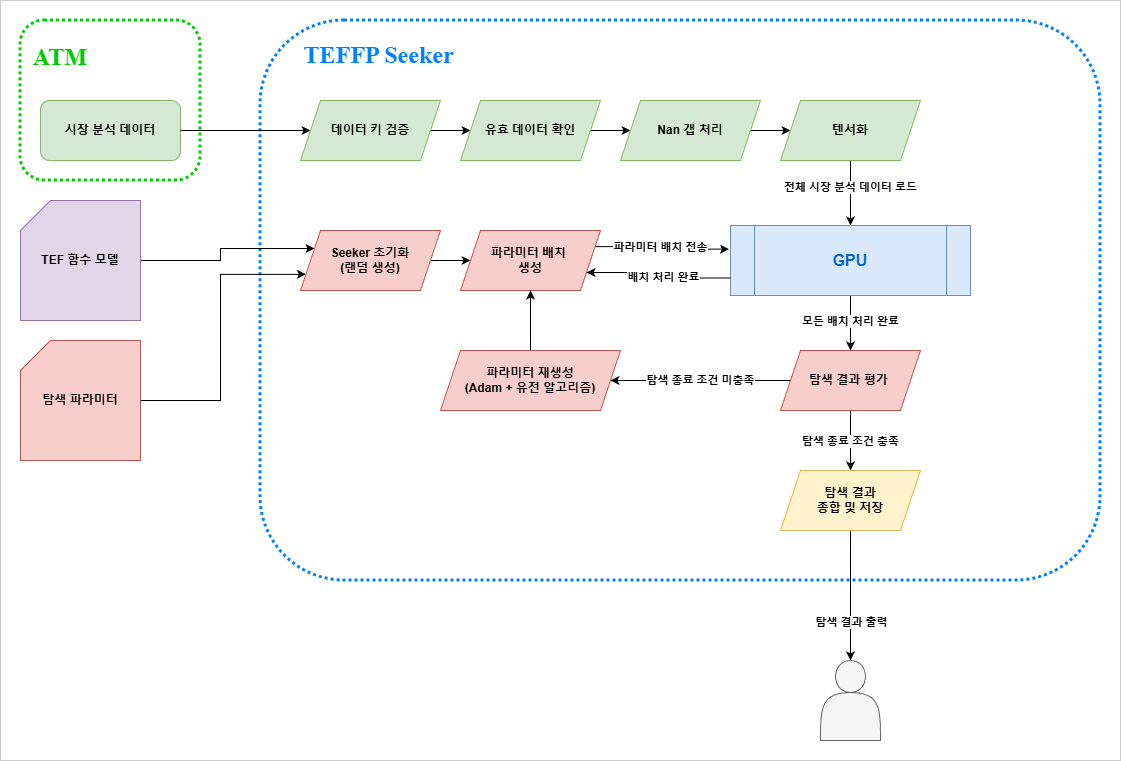
This is docs/teffpseeker_diagram_systemArchitecture.drawio.png from kimlvis31/TEFFPSeeker, a draw.io export, as it was before one commit. Source tidied: cells renumbered, new cells last; positions are measured from the earlier drawing's top-left corner, leaving out a move shared by most shapes.
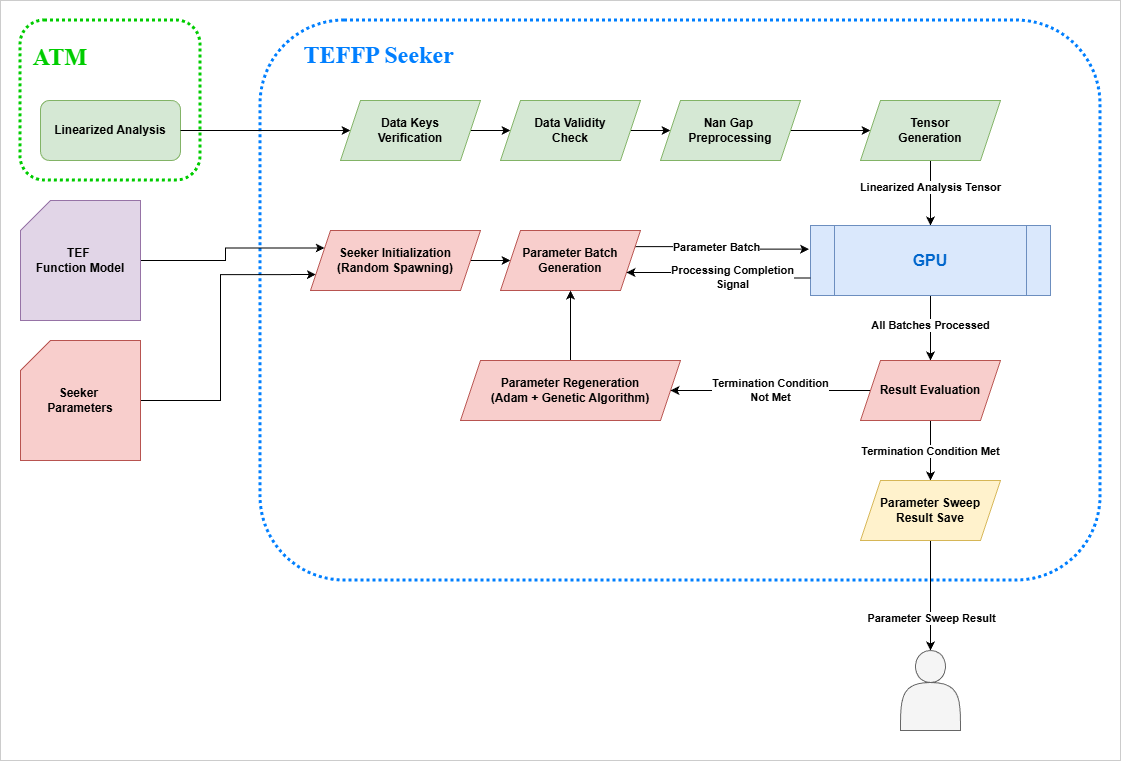
After the commit.

Diff of the diagram source:
```diff
@@ -2,19 +2,22 @@
   <root>
     <mxCell id="0" />
     <mxCell id="1" parent="0" />
+    <mxCell id="40" style="rounded=0;whiteSpace=wrap;html=1;fillColor=none;strokeColor=#CCCCCC;" parent="1" vertex="1">
+      <mxGeometry width="1120" height="760" as="geometry" />
+    </mxCell>
     <mxCell id="2" value="&lt;div style=&quot;&quot;&gt;&lt;b style=&quot;color: rgb(0, 127, 255); font-size: 24px; font-family: &amp;quot;Times New Roman&amp;quot;; background-color: transparent;&quot;&gt;&amp;nbsp; &amp;nbsp; &amp;nbsp; &amp;nbsp;TEFFP Seeker&lt;/b&gt;&lt;/div&gt;&lt;div style=&quot;&quot;&gt;&lt;b style=&quot;color: rgb(0, 127, 255); font-size: 24px; font-family: &amp;quot;Times New Roman&amp;quot;; background-color: transparent;&quot;&gt;&lt;br&gt;&lt;/b&gt;&lt;/div&gt;&lt;div&gt;&lt;br&gt;&lt;/div&gt;&lt;div&gt;&lt;font style=&quot;color: rgb(0, 0, 0); font-size: 20px;&quot; face=&quot;Times New Roman&quot;&gt;&lt;b style=&quot;&quot;&gt;&lt;br&gt;&lt;/b&gt;&lt;/font&gt;&lt;/div&gt;&lt;div&gt;&lt;font style=&quot;color: rgb(0, 0, 0); font-size: 20px;&quot; face=&quot;Times New Roman&quot;&gt;&lt;b style=&quot;&quot;&gt;&lt;br&gt;&lt;/b&gt;&lt;/font&gt;&lt;/div&gt;&lt;div&gt;&lt;font style=&quot;color: rgb(0, 0, 0); font-size: 20px;&quot; face=&quot;Times New Roman&quot;&gt;&lt;b style=&quot;&quot;&gt;&lt;br&gt;&lt;/b&gt;&lt;/font&gt;&lt;/div&gt;&lt;div&gt;&lt;font style=&quot;color: rgb(0, 0, 0); font-size: 20px;&quot; face=&quot;Times New Roman&quot;&gt;&lt;b style=&quot;&quot;&gt;&lt;br&gt;&lt;/b&gt;&lt;/font&gt;&lt;/div&gt;&lt;div&gt;&lt;font style=&quot;color: rgb(0, 0, 0); font-size: 20px;&quot; face=&quot;Times New Roman&quot;&gt;&lt;b style=&quot;&quot;&gt;&lt;br&gt;&lt;/b&gt;&lt;/font&gt;&lt;/div&gt;&lt;div&gt;&lt;br&gt;&lt;/div&gt;&lt;div&gt;&lt;font style=&quot;color: rgb(0, 0, 0); font-size: 20px;&quot; face=&quot;Times New Roman&quot;&gt;&lt;b style=&quot;&quot;&gt;&lt;br&gt;&lt;/b&gt;&lt;/font&gt;&lt;/div&gt;&lt;div&gt;&lt;font style=&quot;color: rgb(0, 0, 0); font-size: 20px;&quot; face=&quot;Times New Roman&quot;&gt;&lt;b style=&quot;&quot;&gt;&lt;br&gt;&lt;/b&gt;&lt;/font&gt;&lt;/div&gt;&lt;div&gt;&lt;font style=&quot;color: rgb(0, 0, 0); font-size: 20px;&quot; face=&quot;Times New Roman&quot;&gt;&lt;b style=&quot;&quot;&gt;&lt;br&gt;&lt;/b&gt;&lt;/font&gt;&lt;/div&gt;&lt;div&gt;&lt;font style=&quot;color: rgb(0, 0, 0); font-size: 20px;&quot; face=&quot;Times New Roman&quot;&gt;&lt;b style=&quot;&quot;&gt;&lt;br&gt;&lt;/b&gt;&lt;/font&gt;&lt;/div&gt;&lt;div&gt;&lt;font style=&quot;color: rgb(0, 0, 0); font-size: 20px;&quot; face=&quot;Times New Roman&quot;&gt;&lt;b style=&quot;&quot;&gt;&lt;br&gt;&lt;/b&gt;&lt;/font&gt;&lt;/div&gt;&lt;div&gt;&lt;font style=&quot;color: rgb(0, 0, 0); font-size: 20px;&quot; face=&quot;Times New Roman&quot;&gt;&lt;b style=&quot;&quot;&gt;&lt;br&gt;&lt;/b&gt;&lt;/font&gt;&lt;/div&gt;&lt;div&gt;&lt;font style=&quot;color: rgb(0, 0, 0); font-size: 20px;&quot; face=&quot;Times New Roman&quot;&gt;&lt;b style=&quot;&quot;&gt;&lt;br&gt;&lt;/b&gt;&lt;/font&gt;&lt;/div&gt;&lt;div&gt;&lt;font style=&quot;color: rgb(0, 0, 0); font-size: 20px;&quot; face=&quot;Times New Roman&quot;&gt;&lt;b style=&quot;&quot;&gt;&lt;br&gt;&lt;/b&gt;&lt;/font&gt;&lt;/div&gt;&lt;div&gt;&lt;font style=&quot;color: rgb(0, 0, 0); font-size: 20px;&quot; face=&quot;Times New Roman&quot;&gt;&lt;b style=&quot;&quot;&gt;&lt;br&gt;&lt;/b&gt;&lt;/font&gt;&lt;/div&gt;&lt;div&gt;&lt;font style=&quot;color: rgb(0, 0, 0); font-size: 20px;&quot; face=&quot;Times New Roman&quot;&gt;&lt;b style=&quot;&quot;&gt;&lt;br&gt;&lt;/b&gt;&lt;/font&gt;&lt;/div&gt;&lt;div&gt;&lt;font style=&quot;color: rgb(0, 0, 0); font-size: 20px;&quot; face=&quot;Times New Roman&quot;&gt;&lt;b style=&quot;&quot;&gt;&lt;br&gt;&lt;/b&gt;&lt;/font&gt;&lt;/div&gt;&lt;div&gt;&lt;font style=&quot;color: rgb(0, 0, 0); font-size: 20px;&quot; face=&quot;Times New Roman&quot;&gt;&lt;b style=&quot;&quot;&gt;&lt;br&gt;&lt;/b&gt;&lt;/font&gt;&lt;/div&gt;&lt;div&gt;&lt;font style=&quot;color: rgb(0, 0, 0); font-size: 20px;&quot; face=&quot;Times New Roman&quot;&gt;&lt;b style=&quot;&quot;&gt;&lt;br&gt;&lt;/b&gt;&lt;/font&gt;&lt;/div&gt;" style="rounded=1;whiteSpace=wrap;html=1;fillColor=none;strokeColor=#007FFF;strokeWidth=3;dashed=1;dashPattern=1 1;align=left;" parent="1" vertex="1">
       <mxGeometry x="260" y="20" width="840" height="560" as="geometry" />
     </mxCell>
     <mxCell id="3" value="&lt;div style=&quot;&quot;&gt;&lt;b style=&quot;color: rgb(0, 127, 255); font-size: 24px; font-family: &amp;quot;Times New Roman&amp;quot;; background-color: transparent;&quot;&gt;&amp;nbsp; &lt;/b&gt;&lt;b style=&quot;font-size: 24px; font-family: &amp;quot;Times New Roman&amp;quot;; background-color: transparent; color: rgb(0, 127, 255);&quot;&gt;&lt;font style=&quot;color: rgb(0, 204, 0);&quot;&gt;ATM&lt;/font&gt;&lt;/b&gt;&lt;/div&gt;&lt;div&gt;&lt;br&gt;&lt;/div&gt;&lt;div&gt;&lt;font style=&quot;color: rgb(0, 0, 0); font-size: 20px;&quot; face=&quot;Times New Roman&quot;&gt;&lt;b style=&quot;&quot;&gt;&lt;br&gt;&lt;/b&gt;&lt;/font&gt;&lt;/div&gt;&lt;div&gt;&lt;font style=&quot;color: rgb(0, 0, 0); font-size: 20px;&quot; face=&quot;Times New Roman&quot;&gt;&lt;b style=&quot;&quot;&gt;&lt;br&gt;&lt;/b&gt;&lt;/font&gt;&lt;/div&gt;&lt;div&gt;&lt;font style=&quot;color: rgb(0, 0, 0); font-size: 20px;&quot; face=&quot;Times New Roman&quot;&gt;&lt;b style=&quot;&quot;&gt;&lt;br&gt;&lt;/b&gt;&lt;/font&gt;&lt;/div&gt;" style="rounded=1;whiteSpace=wrap;html=1;fillColor=none;strokeColor=#00CC00;strokeWidth=3;dashed=1;dashPattern=1 1;align=left;" parent="1" vertex="1">
       <mxGeometry x="20" y="20" width="180" height="160" as="geometry" />
     </mxCell>
-    <mxCell id="4" value="&lt;b&gt;시장 분석 데이터&lt;/b&gt;" style="rounded=1;whiteSpace=wrap;html=1;fillColor=#d5e8d4;strokeColor=#82b366;" parent="1" vertex="1">
+    <mxCell id="4" value="&lt;b&gt;Linearized Analysis&lt;/b&gt;" style="rounded=1;whiteSpace=wrap;html=1;fillColor=#d5e8d4;strokeColor=#82b366;" parent="1" vertex="1">
       <mxGeometry x="40" y="100" width="140" height="60" as="geometry" />
     </mxCell>
     <mxCell id="5" style="edgeStyle=orthogonalEdgeStyle;rounded=0;jettySize=auto;html=1;exitX=1;exitY=0.5;exitDx=0;exitDy=0;exitPerimeter=0;entryX=0;entryY=0.25;entryDx=0;entryDy=0;" parent="1" edge="1" source="6" target="23">
       <mxGeometry relative="1" as="geometry" />
     </mxCell>
-    <mxCell id="6" value="&lt;b&gt;TEF 함수 모델&lt;/b&gt;" style="shape=card;whiteSpace=wrap;html=1;fillColor=#e1d5e7;strokeColor=#9673a6;" parent="1" vertex="1">
+    <mxCell id="6" value="&lt;b&gt;TEF&amp;nbsp;&lt;/b&gt;&lt;div&gt;&lt;b&gt;Function Model&lt;/b&gt;&lt;/div&gt;" style="shape=card;whiteSpace=wrap;html=1;fillColor=#e1d5e7;strokeColor=#9673a6;" parent="1" vertex="1">
       <mxGeometry x="20" y="200" width="120" height="120" as="geometry" />
     </mxCell>
     <mxCell id="7" style="edgeStyle=orthogonalEdgeStyle;rounded=0;jettySize=auto;html=1;exitX=1;exitY=0.5;exitDx=0;exitDy=0;exitPerimeter=0;entryX=0;entryY=0.75;entryDx=0;entryDy=0;" parent="1" edge="1" source="8" target="23">
@@ -25,7 +28,7 @@
         </Array>
       </mxGeometry>
     </mxCell>
-    <mxCell id="8" value="&lt;b&gt;탐색 파라미터&lt;/b&gt;" style="shape=card;whiteSpace=wrap;html=1;fillColor=#f8cecc;strokeColor=#b85450;" parent="1" vertex="1">
+    <mxCell id="8" value="&lt;b&gt;Seeker&amp;nbsp;&lt;/b&gt;&lt;div&gt;&lt;b&gt;Parameters&lt;/b&gt;&lt;/div&gt;" style="shape=card;whiteSpace=wrap;html=1;fillColor=#f8cecc;strokeColor=#b85450;" parent="1" vertex="1">
       <mxGeometry x="20" y="340" width="120" height="120" as="geometry" />
     </mxCell>
     <mxCell id="9" style="endArrow=classic;html=1;rounded=0;exitX=1;exitY=0.5;exitDx=0;exitDy=0;entryX=0;entryY=0.5;entryDx=0;entryDy=0;" parent="1" edge="1" source="4" target="11">
@@ -34,62 +37,62 @@
     <mxCell id="10" style="edgeStyle=orthogonalEdgeStyle;rounded=0;jettySize=auto;html=1;exitX=1;exitY=0.5;exitDx=0;exitDy=0;entryX=0;entryY=0.5;entryDx=0;entryDy=0;" parent="1" edge="1" source="11" target="13">
       <mxGeometry relative="1" as="geometry" />
     </mxCell>
-    <mxCell id="11" value="데이터 키 검증" style="shape=parallelogram;perimeter=parallelogramPerimeter;whiteSpace=wrap;html=1;fixedSize=1;fillColor=#d5e8d4;strokeColor=#82b366;fontStyle=1;" parent="1" vertex="1">
-      <mxGeometry x="300" y="100" width="140" height="60" as="geometry" />
+    <mxCell id="11" value="Data Keys&lt;div&gt;Verification&lt;/div&gt;" style="shape=parallelogram;perimeter=parallelogramPerimeter;whiteSpace=wrap;html=1;fixedSize=1;fillColor=#d5e8d4;strokeColor=#82b366;fontStyle=1;" parent="1" vertex="1">
+      <mxGeometry x="340" y="100" width="140" height="60" as="geometry" />
     </mxCell>
     <mxCell id="12" style="edgeStyle=orthogonalEdgeStyle;rounded=0;jettySize=auto;html=1;exitX=1;exitY=0.5;exitDx=0;exitDy=0;entryX=0;entryY=0.5;entryDx=0;entryDy=0;" parent="1" edge="1" source="13" target="15">
       <mxGeometry relative="1" as="geometry" />
     </mxCell>
-    <mxCell id="13" value="유효 데이터 확인" style="shape=parallelogram;perimeter=parallelogramPerimeter;whiteSpace=wrap;html=1;fixedSize=1;fillColor=#d5e8d4;strokeColor=#82b366;fontStyle=1;" parent="1" vertex="1">
-      <mxGeometry x="460" y="100" width="140" height="60" as="geometry" />
+    <mxCell id="13" value="Data Validity&lt;div&gt;Check&lt;/div&gt;" style="shape=parallelogram;perimeter=parallelogramPerimeter;whiteSpace=wrap;html=1;fixedSize=1;fillColor=#d5e8d4;strokeColor=#82b366;fontStyle=1;" parent="1" vertex="1">
+      <mxGeometry x="500" y="100" width="140" height="60" as="geometry" />
     </mxCell>
     <mxCell id="14" style="edgeStyle=orthogonalEdgeStyle;rounded=0;jettySize=auto;html=1;exitX=1;exitY=0.5;exitDx=0;exitDy=0;entryX=0;entryY=0.5;entryDx=0;entryDy=0;" parent="1" edge="1" source="15" target="18">
       <mxGeometry relative="1" as="geometry" />
     </mxCell>
-    <mxCell id="15" value="Nan 갭 처리" style="shape=parallelogram;perimeter=parallelogramPerimeter;whiteSpace=wrap;html=1;fixedSize=1;fillColor=#d5e8d4;strokeColor=#82b366;fontStyle=1;" parent="1" vertex="1">
-      <mxGeometry x="620" y="100" width="140" height="60" as="geometry" />
+    <mxCell id="15" value="Nan Gap&amp;nbsp;&lt;div&gt;Preprocessing&lt;/div&gt;" style="shape=parallelogram;perimeter=parallelogramPerimeter;whiteSpace=wrap;html=1;fixedSize=1;fillColor=#d5e8d4;strokeColor=#82b366;fontStyle=1;" parent="1" vertex="1">
+      <mxGeometry x="660" y="100" width="140" height="60" as="geometry" />
     </mxCell>
     <mxCell id="16" style="edgeStyle=orthogonalEdgeStyle;rounded=0;jettySize=auto;html=1;exitX=0.5;exitY=1;exitDx=0;exitDy=0;entryX=0.5;entryY=0;entryDx=0;entryDy=0;" parent="1" edge="1" source="18" target="21">
       <mxGeometry relative="1" as="geometry" />
     </mxCell>
-    <mxCell id="17" value="전체 시장 분석 데이터 로드" style="edgeLabel;html=1;align=center;verticalAlign=middle;fontStyle=1;" parent="16" vertex="1">
+    <mxCell id="17" value="Linearized Analysis Tensor" style="edgeLabel;html=1;align=center;verticalAlign=middle;fontStyle=1;" parent="16" vertex="1">
       <mxGeometry x="-0.18" relative="1" as="geometry" />
     </mxCell>
-    <mxCell id="18" value="텐서화" style="shape=parallelogram;perimeter=parallelogramPerimeter;whiteSpace=wrap;html=1;fixedSize=1;fillColor=#d5e8d4;strokeColor=#82b366;fontStyle=1;" parent="1" vertex="1">
-      <mxGeometry x="780" y="100" width="140" height="60" as="geometry" />
+    <mxCell id="18" value="Tensor&lt;div&gt;Generation&lt;/div&gt;" style="shape=parallelogram;perimeter=parallelogramPerimeter;whiteSpace=wrap;html=1;fixedSize=1;fillColor=#d5e8d4;strokeColor=#82b366;fontStyle=1;" parent="1" vertex="1">
+      <mxGeometry x="860" y="100" width="140" height="60" as="geometry" />
     </mxCell>
     <mxCell id="19" style="edgeStyle=orthogonalEdgeStyle;rounded=0;jettySize=auto;html=1;exitX=0.5;exitY=1;exitDx=0;exitDy=0;entryX=0.5;entryY=0;entryDx=0;entryDy=0;" parent="1" edge="1" source="21" target="38">
       <mxGeometry relative="1" as="geometry" />
     </mxCell>
-    <mxCell id="20" value="모든 배치 처리 완료" style="edgeLabel;html=1;align=center;verticalAlign=middle;fontStyle=1;" parent="19" vertex="1">
+    <mxCell id="20" value="All Batches Processed" style="edgeLabel;html=1;align=center;verticalAlign=middle;fontStyle=1;" parent="19" vertex="1">
       <mxGeometry x="-0.17" relative="1" as="geometry">
         <mxPoint y="3" as="offset" />
       </mxGeometry>
     </mxCell>
     <mxCell id="21" value="&lt;font style=&quot;font-size: 16px; color: rgb(0, 102, 204);&quot;&gt;GPU&lt;/font&gt;" style="shape=process;whiteSpace=wrap;html=1;backgroundOutline=1;fillColor=#dae8fc;strokeColor=#6c8ebf;fontStyle=1;" parent="1" vertex="1">
-      <mxGeometry x="730" y="225" width="240" height="70" as="geometry" />
+      <mxGeometry x="810" y="225" width="240" height="70" as="geometry" />
     </mxCell>
     <mxCell id="22" style="edgeStyle=orthogonalEdgeStyle;rounded=0;jettySize=auto;html=1;exitX=1;exitY=0.5;exitDx=0;exitDy=0;entryX=0;entryY=0.5;entryDx=0;entryDy=0;" parent="1" edge="1" source="23" target="26">
       <mxGeometry relative="1" as="geometry" />
     </mxCell>
-    <mxCell id="23" value="Seeker 초기화&lt;br&gt;(랜덤 생성)" style="shape=parallelogram;perimeter=parallelogramPerimeter;whiteSpace=wrap;html=1;fixedSize=1;fillColor=#f8cecc;strokeColor=#b85450;fontStyle=1;" parent="1" vertex="1">
-      <mxGeometry x="300" y="230" width="140" height="60" as="geometry" />
+    <mxCell id="23" value="Seeker Initialization&lt;br&gt;(Random Spawning)" style="shape=parallelogram;perimeter=parallelogramPerimeter;whiteSpace=wrap;html=1;fixedSize=1;fillColor=#f8cecc;strokeColor=#b85450;fontStyle=1;" parent="1" vertex="1">
+      <mxGeometry x="310" y="230" width="170" height="60" as="geometry" />
     </mxCell>
     <mxCell id="24" style="edgeStyle=orthogonalEdgeStyle;rounded=0;jettySize=auto;html=1;exitX=1;exitY=0.25;exitDx=0;exitDy=0;entryX=-0.006;entryY=0.338;entryDx=0;entryDy=0;entryPerimeter=0;" parent="1" edge="1" source="26" target="21">
       <mxGeometry relative="1" as="geometry" />
     </mxCell>
-    <mxCell id="25" value="파라미터 배치 전송" style="edgeLabel;html=1;align=center;verticalAlign=middle;fontStyle=1;" parent="24" vertex="1">
+    <mxCell id="25" value="Parameter Batch" style="edgeLabel;html=1;align=center;verticalAlign=middle;fontStyle=1;" parent="24" vertex="1">
       <mxGeometry x="-0.2" relative="1" as="geometry">
         <mxPoint x="10" as="offset" />
       </mxGeometry>
     </mxCell>
-    <mxCell id="26" value="파라미터 배치&amp;nbsp;&lt;div&gt;생성&lt;/div&gt;" style="shape=parallelogram;perimeter=parallelogramPerimeter;whiteSpace=wrap;html=1;fixedSize=1;fillColor=#f8cecc;strokeColor=#b85450;fontStyle=1;" parent="1" vertex="1">
-      <mxGeometry x="460" y="230" width="140" height="60" as="geometry" />
+    <mxCell id="26" value="Parameter Batch&lt;div&gt;Generation&lt;/div&gt;" style="shape=parallelogram;perimeter=parallelogramPerimeter;whiteSpace=wrap;html=1;fixedSize=1;fillColor=#f8cecc;strokeColor=#b85450;fontStyle=1;" parent="1" vertex="1">
+      <mxGeometry x="500" y="230" width="140" height="60" as="geometry" />
     </mxCell>
     <mxCell id="27" style="edgeStyle=orthogonalEdgeStyle;rounded=0;jettySize=auto;html=1;exitX=0;exitY=0.75;exitDx=0;exitDy=0;entryX=1;entryY=0.75;entryDx=0;entryDy=0;" parent="1" edge="1" source="21" target="26">
       <mxGeometry relative="1" as="geometry" />
     </mxCell>
-    <mxCell id="28" value="배치 처리 완료" style="edgeLabel;html=1;align=center;verticalAlign=middle;fontStyle=1;" parent="27" vertex="1">
+    <mxCell id="28" value="Processing Completion&lt;div&gt;Signal&lt;/div&gt;" style="edgeLabel;html=1;align=center;verticalAlign=middle;fontStyle=1;" parent="27" vertex="1">
       <mxGeometry x="-0.41" y="-1" relative="1" as="geometry">
         <mxPoint x="-23" as="offset" />
       </mxGeometry>
@@ -97,7 +100,7 @@
     <mxCell id="29" style="edgeStyle=orthogonalEdgeStyle;rounded=0;jettySize=auto;html=1;exitX=0.5;exitY=1;exitDx=0;exitDy=0;entryX=0.5;entryY=0;entryDx=0;entryDy=0;" parent="1" edge="1" source="38" target="33">
       <mxGeometry relative="1" as="geometry" />
     </mxCell>
-    <mxCell id="30" value="탐색 종료 조건 충족" style="edgeLabel;html=1;align=center;verticalAlign=middle;fontStyle=1;" parent="29" vertex="1">
+    <mxCell id="30" value="Termination Condition Met" style="edgeLabel;html=1;align=center;verticalAlign=middle;fontStyle=1;" parent="29" vertex="1">
       <mxGeometry x="-0.35" y="-1" relative="1" as="geometry">
         <mxPoint x="1" y="11" as="offset" />
       </mxGeometry>
@@ -105,34 +108,31 @@
     <mxCell id="31" style="edgeStyle=orthogonalEdgeStyle;rounded=0;jettySize=auto;html=1;entryX=0.5;entryY=0;entryDx=0;entryDy=0;" parent="1" edge="1" source="33" target="39">
       <mxGeometry relative="1" as="geometry" />
     </mxCell>
-    <mxCell id="32" value="탐색 결과 출력" style="edgeLabel;html=1;align=center;verticalAlign=middle;fontStyle=1;" parent="31" vertex="1">
+    <mxCell id="32" value="Parameter Sweep Result" style="edgeLabel;html=1;align=center;verticalAlign=middle;fontStyle=1;" parent="31" vertex="1">
       <mxGeometry x="0.4" y="1" relative="1" as="geometry" />
     </mxCell>
-    <mxCell id="33" value="탐색 결과&lt;div&gt;종합 및 저장&lt;/div&gt;" style="shape=parallelogram;perimeter=parallelogramPerimeter;whiteSpace=wrap;html=1;fixedSize=1;fillColor=#fff2cc;strokeColor=#d6b656;fontStyle=1;" parent="1" vertex="1">
-      <mxGeometry x="780" y="470" width="140" height="60" as="geometry" />
+    <mxCell id="33" value="Parameter Sweep Result Save" style="shape=parallelogram;perimeter=parallelogramPerimeter;whiteSpace=wrap;html=1;fixedSize=1;fillColor=#fff2cc;strokeColor=#d6b656;fontStyle=1;" parent="1" vertex="1">
+      <mxGeometry x="860" y="480" width="140" height="60" as="geometry" />
     </mxCell>
     <mxCell id="34" style="edgeStyle=orthogonalEdgeStyle;rounded=0;jettySize=auto;html=1;exitX=0.5;exitY=0;exitDx=0;exitDy=0;entryX=0.5;entryY=1;entryDx=0;entryDy=0;" parent="1" edge="1" source="35" target="26">
       <mxGeometry relative="1" as="geometry" />
     </mxCell>
-    <mxCell id="35" value="파라미터 재생성&lt;div&gt;(Adam + 유전 알고리즘)&lt;/div&gt;" style="shape=parallelogram;perimeter=parallelogramPerimeter;whiteSpace=wrap;html=1;fixedSize=1;fillColor=#f8cecc;strokeColor=#b85450;fontStyle=1;" parent="1" vertex="1">
-      <mxGeometry x="440" y="350" width="180" height="60" as="geometry" />
+    <mxCell id="35" value="Parameter Regeneration&lt;div&gt;(Adam + Genetic Algorithm)&lt;/div&gt;" style="shape=parallelogram;perimeter=parallelogramPerimeter;whiteSpace=wrap;html=1;fixedSize=1;fillColor=#f8cecc;strokeColor=#b85450;fontStyle=1;" parent="1" vertex="1">
+      <mxGeometry x="460" y="360" width="220" height="60" as="geometry" />
     </mxCell>
     <mxCell id="36" style="edgeStyle=orthogonalEdgeStyle;rounded=0;jettySize=auto;html=1;exitX=0;exitY=0.5;exitDx=0;exitDy=0;entryX=1;entryY=0.5;entryDx=0;entryDy=0;" parent="1" edge="1" source="38" target="35">
       <mxGeometry relative="1" as="geometry" />
     </mxCell>
-    <mxCell id="37" value="탐색 종료 조건 미충족" style="edgeLabel;html=1;align=center;verticalAlign=middle;fontStyle=1;" parent="36" vertex="1">
+    <mxCell id="37" value="Termination Condition&lt;br&gt;Not Met" style="edgeLabel;html=1;align=center;verticalAlign=middle;fontStyle=1;" parent="36" vertex="1">
       <mxGeometry x="0.01" y="-1" relative="1" as="geometry">
         <mxPoint y="1" as="offset" />
       </mxGeometry>
     </mxCell>
-    <mxCell id="38" value="탐색 결과 평가&amp;nbsp;" style="shape=parallelogram;perimeter=parallelogramPerimeter;whiteSpace=wrap;html=1;fixedSize=1;fillColor=#f8cecc;strokeColor=#b85450;fontStyle=1;" parent="1" vertex="1">
-      <mxGeometry x="780" y="350" width="140" height="60" as="geometry" />
+    <mxCell id="38" value="Result Evaluation" style="shape=parallelogram;perimeter=parallelogramPerimeter;whiteSpace=wrap;html=1;fixedSize=1;fillColor=#f8cecc;strokeColor=#b85450;fontStyle=1;" parent="1" vertex="1">
+      <mxGeometry x="860" y="360" width="140" height="60" as="geometry" />
     </mxCell>
     <mxCell id="39" style="shape=actor;whiteSpace=wrap;html=1;fillColor=#f5f5f5;strokeColor=#666666;fontColor=#333333;" parent="1" vertex="1">
-      <mxGeometry x="820" y="660" width="60" height="80" as="geometry" />
+      <mxGeometry x="900" y="650" width="60" height="80" as="geometry" />
     </mxCell>
-    <mxCell id="40" style="rounded=0;whiteSpace=wrap;html=1;fillColor=none;strokeColor=#CCCCCC;" parent="1" vertex="1">
-      <mxGeometry width="1120" height="760" as="geometry" />
-    </mxCell>
   </root>
 </mxGraphModel>
```
